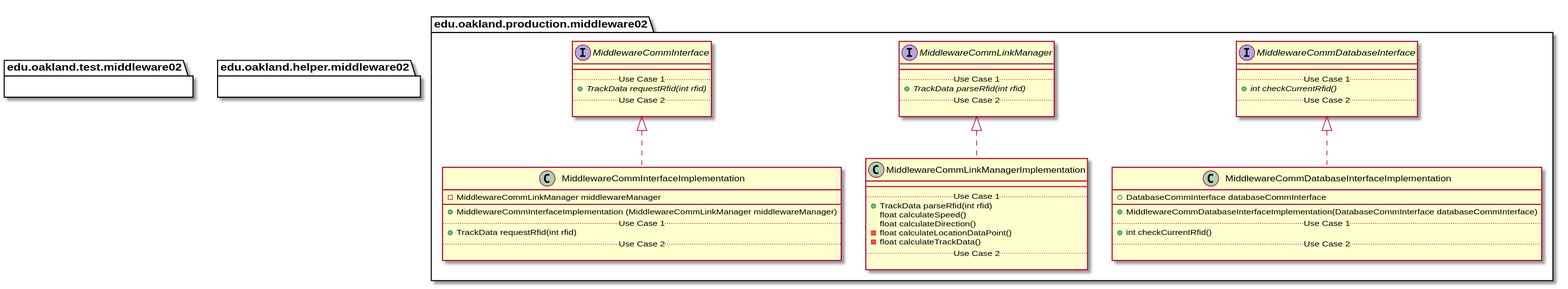
The PlantUML diagram docs/uml-class-diagrams/middleware02/Middleware02Packages_Closure.svg in andrewdimmer/csi-3370-software-project, before a commit.
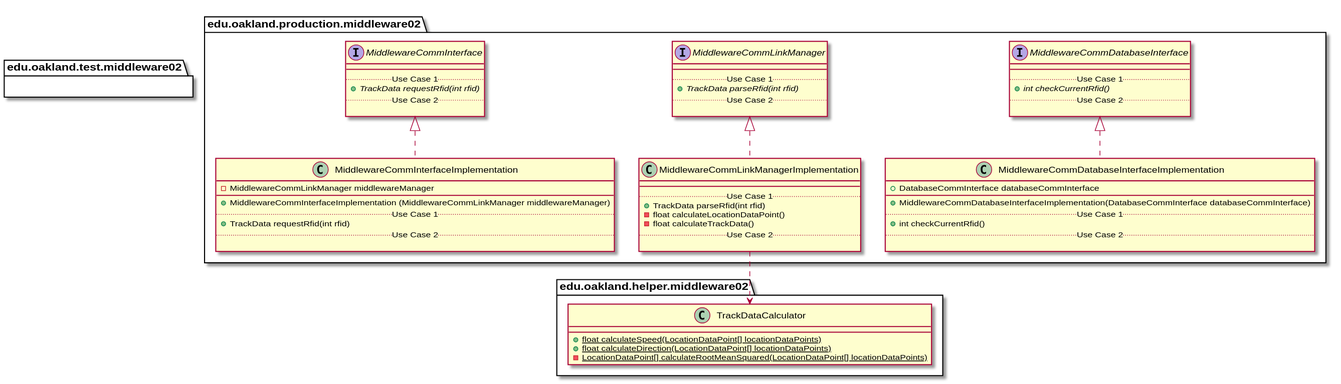
The same diagram one commit later.

What changed in the source:
```diff
@@ -84,8 +84,6 @@
         __
         .. Use Case 1 ..
         + TrackData parseRfid(int rfid)
-        float calculateSpeed()
-        float calculateDirection()
         - float calculateLocationDataPoint()
         - float calculateTrackData()
         .. Use Case 2 ..
@@ -97,6 +95,21 @@
 MiddlewareCommLinkManagerImplementation .up.|> MiddlewareCommLinkManager
 
 
+
+package edu.oakland.helper.middleware02 {
+    class TrackDataCalculator {
+        {static} + float calculateSpeed(LocationDataPoint[] locationDataPoints)
+        {static} + float calculateDirection(LocationDataPoint[] locationDataPoints)
+        {static} - LocationDataPoint[] calculateRootMeanSquared(LocationDataPoint[] locationDataPoints)
+    }
+}
+
+
+
+
+
+
+MiddlewareCommLinkManagerImplementation ..> TrackDataCalculator
 
 
 
@@ -133,4 +146,5 @@
 }
 
 
+
 @enduml
```
